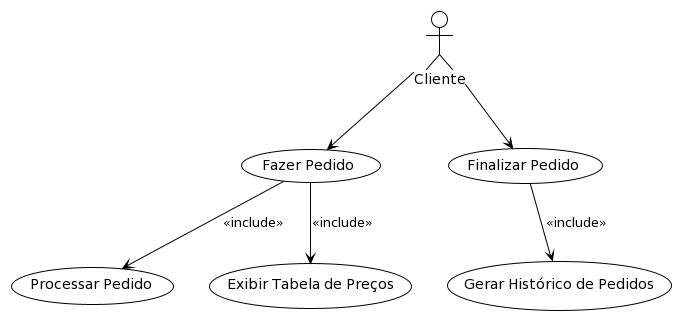
The PlantUML diagram docs/diagrama casos de uso.png in GuJeromine/Projeto-Loja-de-Chocolates, before a commit.
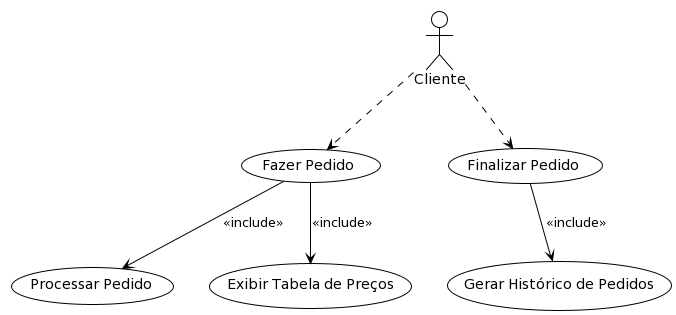
Above is the later version.

The edit, as a diff of the source:
```diff
@@ -8,8 +8,8 @@
 usecase (Gerar Histórico de Pedidos)
 usecase (Exibir Tabela de Preços)
 
-c --> (Fazer Pedido)
-c --> (Finalizar Pedido)
+c ..> (Fazer Pedido)
+c ..> (Finalizar Pedido)
 (Fazer Pedido) --> (Processar Pedido) : <<include>>
 (Finalizar Pedido) --> (Gerar Histórico de Pedidos) : <<include>>
 (Fazer Pedido) --> (Exibir Tabela de Preços) : <<include>>
```
